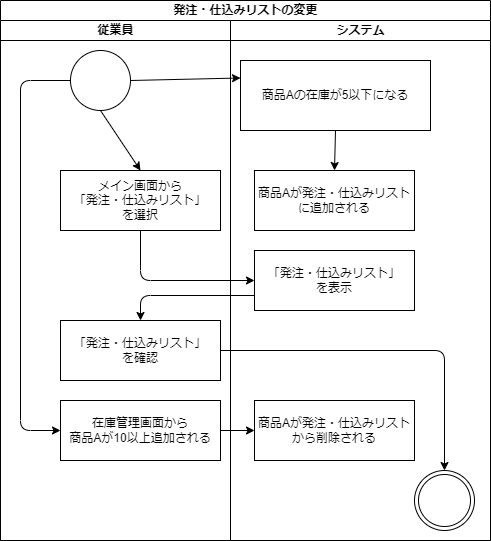
MasakiHiguchi/--- keeps this draw.io diagram as psp4/アクティビティ図/アクティビティ図_発注・仕込みリスト.drawio.png. Above is the earlier version. Source tidied: cells renumbered, new cells last; positions are measured from the earlier drawing's top-left corner, leaving out a move shared by most shapes.
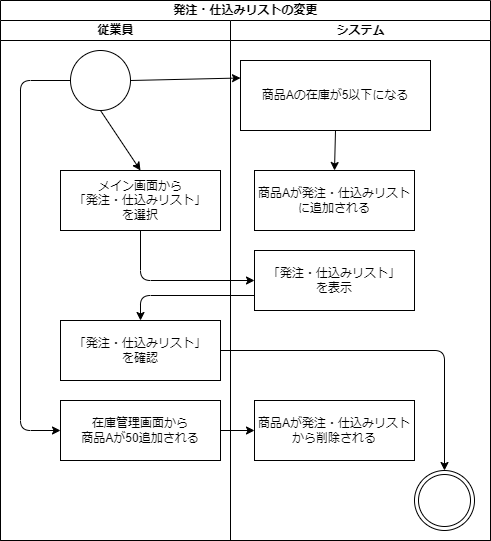
Later version of the same file.

Change to the diagram source:
```diff
@@ -25,7 +25,7 @@
     <mxCell id="7" value="メイン画面から&lt;br&gt;「発注・仕込みリスト」&lt;br&gt;を選択" style="rounded=0;whiteSpace=wrap;html=1;" parent="3" vertex="1">
       <mxGeometry x="60" y="150" width="160" height="60" as="geometry" />
     </mxCell>
-    <mxCell id="8" value="在庫管理画面から&lt;br&gt;商品Aが10以上追加される" style="rounded=0;whiteSpace=wrap;html=1;" parent="3" vertex="1">
+    <mxCell id="8" value="在庫管理画面から&lt;br&gt;商品Aが50追加される" style="rounded=0;whiteSpace=wrap;html=1;" parent="3" vertex="1">
       <mxGeometry x="60" y="380" width="160" height="60" as="geometry" />
     </mxCell>
     <mxCell id="9" value="「発注・仕込みリスト」&lt;br&gt;を確認" style="rounded=0;whiteSpace=wrap;html=1;" parent="3" vertex="1">
```
